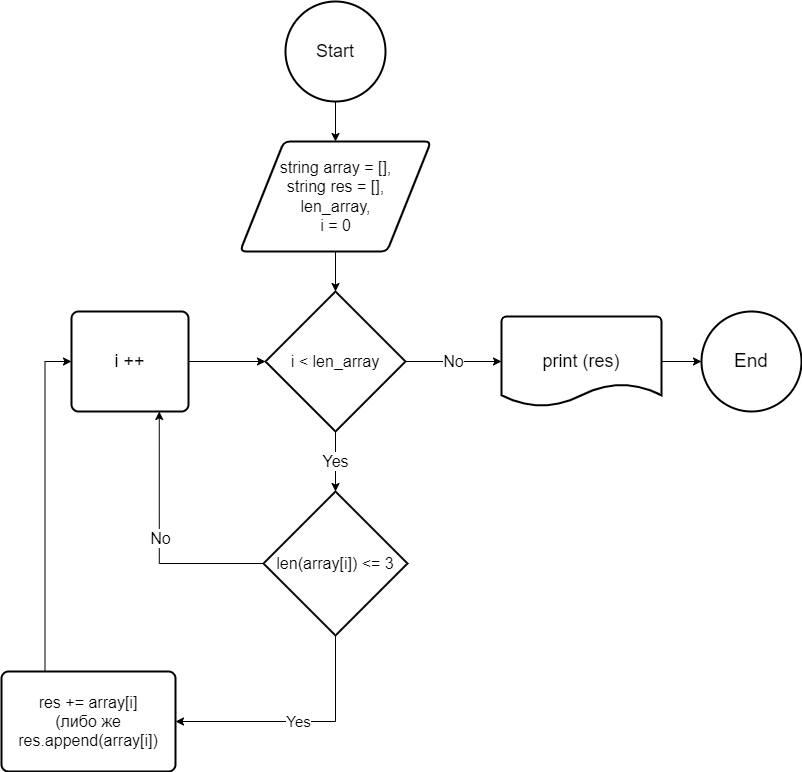
It-Makes-No-Sense/MainBlockTest keeps this draw.io diagram as Diagram.png. Above is the earlier version. Source tidied: cells renumbered, new cells last; positions are measured from the earlier drawing's top-left corner, leaving out a move shared by most shapes. Its diagram source:
```xml
<mxGraphModel>
  <root>
    <mxCell id="0" />
    <mxCell id="1" parent="0" />
    <mxCell id="2" style="edgeStyle=orthogonalEdgeStyle;rounded=0;jettySize=auto;html=1;exitX=0.5;exitY=1;exitDx=0;exitDy=0;exitPerimeter=0;entryX=0.5;entryY=0;entryDx=0;entryDy=0;" parent="1" edge="1" source="3" target="5">
      <mxGeometry relative="1" as="geometry" />
    </mxCell>
    <mxCell id="3" value="Start" style="strokeWidth=2;html=1;shape=mxgraph.flowchart.start_2;whiteSpace=wrap;fontSize=18;" parent="1" vertex="1">
      <mxGeometry x="284" width="100" height="100" as="geometry" />
    </mxCell>
    <mxCell id="4" style="edgeStyle=orthogonalEdgeStyle;rounded=0;jettySize=auto;html=1;exitX=0.5;exitY=1;exitDx=0;exitDy=0;entryX=0.5;entryY=0;entryDx=0;entryDy=0;entryPerimeter=0;" parent="1" edge="1" source="5" target="8">
      <mxGeometry relative="1" as="geometry" />
    </mxCell>
    <mxCell id="5" value="string array = [],&lt;br style=&quot;font-size: 16px;&quot;&gt;string res = [],&lt;br style=&quot;font-size: 16px;&quot;&gt;len_array,&lt;br style=&quot;font-size: 16px;&quot;&gt;i = 0" style="shape=parallelogram;html=1;strokeWidth=2;perimeter=parallelogramPerimeter;whiteSpace=wrap;rounded=1;arcSize=12;size=0.23;fontSize=16;" parent="1" vertex="1">
      <mxGeometry x="238.5" y="140" width="191" height="110" as="geometry" />
    </mxCell>
    <mxCell id="6" value="Yes" style="edgeStyle=orthogonalEdgeStyle;rounded=0;jettySize=auto;html=1;exitX=0.5;exitY=1;exitDx=0;exitDy=0;exitPerimeter=0;entryX=0.5;entryY=0;entryDx=0;entryDy=0;entryPerimeter=0;fontSize=16;" parent="1" edge="1" source="8" target="12">
      <mxGeometry relative="1" as="geometry" />
    </mxCell>
    <mxCell id="7" value="No" style="edgeStyle=orthogonalEdgeStyle;rounded=0;jettySize=auto;html=1;exitX=1;exitY=0.5;exitDx=0;exitDy=0;exitPerimeter=0;entryX=0;entryY=0.5;entryDx=0;entryDy=0;entryPerimeter=0;fontSize=16;" parent="1" edge="1" source="8" target="18">
      <mxGeometry relative="1" as="geometry" />
    </mxCell>
    <mxCell id="8" value="i &amp;lt; len_array" style="strokeWidth=2;html=1;shape=mxgraph.flowchart.decision;whiteSpace=wrap;fontSize=16;" parent="1" vertex="1">
      <mxGeometry x="264" y="290" width="140" height="140" as="geometry" />
    </mxCell>
    <mxCell id="9" style="edgeStyle=orthogonalEdgeStyle;rounded=0;jettySize=auto;html=1;exitX=0;exitY=0.5;exitDx=0;exitDy=0;exitPerimeter=0;entryX=0.75;entryY=1;entryDx=0;entryDy=0;fontSize=11;" parent="1" edge="1" source="12" target="16">
      <mxGeometry relative="1" as="geometry" />
    </mxCell>
    <mxCell id="10" value="No" style="edgeLabel;html=1;align=center;verticalAlign=middle;fontSize=16;" parent="9" vertex="1">
      <mxGeometry x="-0.13" y="-1" relative="1" as="geometry">
        <mxPoint y="-19" as="offset" />
      </mxGeometry>
    </mxCell>
    <mxCell id="11" value="Yes" style="edgeStyle=orthogonalEdgeStyle;rounded=0;jettySize=auto;html=1;exitX=0.5;exitY=1;exitDx=0;exitDy=0;exitPerimeter=0;entryX=1;entryY=0.5;entryDx=0;entryDy=0;fontSize=15;" parent="1" edge="1" source="12" target="14">
      <mxGeometry relative="1" as="geometry" />
    </mxCell>
    <mxCell id="12" value="len(array[i]) &amp;lt;= 3" style="strokeWidth=2;html=1;shape=mxgraph.flowchart.decision;whiteSpace=wrap;fontSize=16;" parent="1" vertex="1">
      <mxGeometry x="262" y="490" width="144" height="144" as="geometry" />
    </mxCell>
    <mxCell id="13" style="edgeStyle=orthogonalEdgeStyle;rounded=0;jettySize=auto;html=1;exitX=0.25;exitY=0;exitDx=0;exitDy=0;entryX=0;entryY=0.5;entryDx=0;entryDy=0;" parent="1" edge="1" source="14" target="16">
      <mxGeometry relative="1" as="geometry" />
    </mxCell>
    <mxCell id="14" value="res += array[i]&lt;br style=&quot;font-size: 16px;&quot;&gt;(либо же res.append(array[i])" style="rounded=1;whiteSpace=wrap;html=1;absoluteArcSize=1;arcSize=14;strokeWidth=2;fontSize=16;" parent="1" vertex="1">
      <mxGeometry y="670" width="174" height="100" as="geometry" />
    </mxCell>
    <mxCell id="15" style="edgeStyle=orthogonalEdgeStyle;rounded=0;jettySize=auto;html=1;exitX=1;exitY=0.5;exitDx=0;exitDy=0;entryX=0;entryY=0.5;entryDx=0;entryDy=0;entryPerimeter=0;" parent="1" edge="1" source="16" target="8">
      <mxGeometry relative="1" as="geometry" />
    </mxCell>
    <mxCell id="16" value="i ++" style="rounded=1;whiteSpace=wrap;html=1;absoluteArcSize=1;arcSize=14;strokeWidth=2;fontSize=18;" parent="1" vertex="1">
      <mxGeometry x="70" y="310" width="117" height="100" as="geometry" />
    </mxCell>
    <mxCell id="17" style="edgeStyle=orthogonalEdgeStyle;rounded=0;jettySize=auto;html=1;exitX=1;exitY=0.5;exitDx=0;exitDy=0;exitPerimeter=0;entryX=0;entryY=0.5;entryDx=0;entryDy=0;entryPerimeter=0;" parent="1" edge="1" source="18" target="19">
      <mxGeometry relative="1" as="geometry" />
    </mxCell>
    <mxCell id="18" value="print (res)" style="strokeWidth=2;html=1;shape=mxgraph.flowchart.document2;whiteSpace=wrap;size=0.25;fontSize=18;" parent="1" vertex="1">
      <mxGeometry x="500" y="315" width="160" height="90" as="geometry" />
    </mxCell>
    <mxCell id="19" value="End" style="strokeWidth=2;html=1;shape=mxgraph.flowchart.start_2;whiteSpace=wrap;fontSize=19;" parent="1" vertex="1">
      <mxGeometry x="700" y="310" width="100" height="100" as="geometry" />
    </mxCell>
  </root>
</mxGraphModel>
```
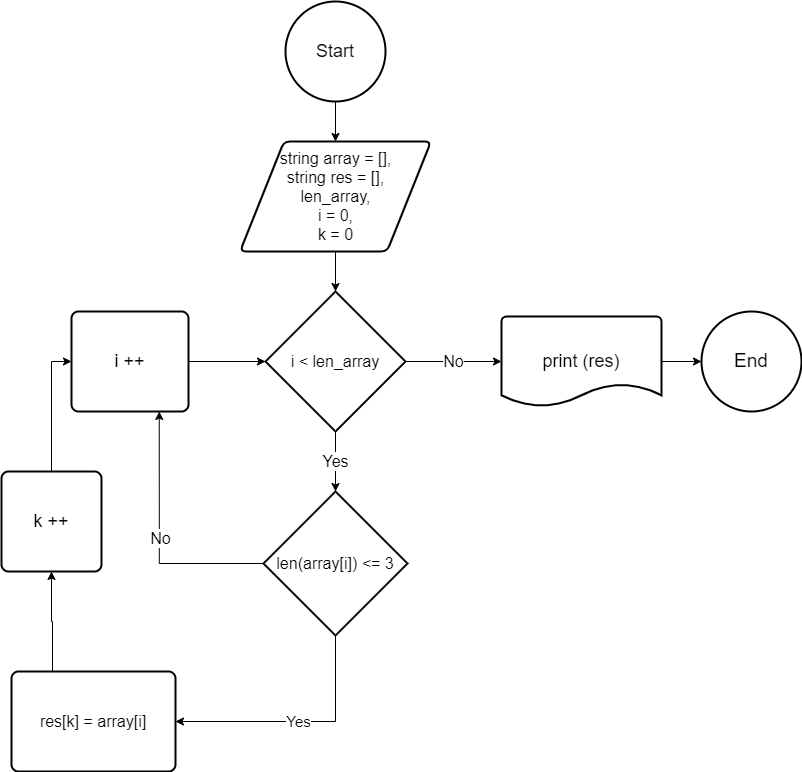
After the change.

Commit message:
Fix Diagram logic

The edit, as a diff of the source:
```diff
@@ -11,7 +11,7 @@
     <mxCell id="4" style="edgeStyle=orthogonalEdgeStyle;rounded=0;jettySize=auto;html=1;exitX=0.5;exitY=1;exitDx=0;exitDy=0;entryX=0.5;entryY=0;entryDx=0;entryDy=0;entryPerimeter=0;" parent="1" edge="1" source="5" target="8">
       <mxGeometry relative="1" as="geometry" />
     </mxCell>
-    <mxCell id="5" value="string array = [],&lt;br style=&quot;font-size: 16px;&quot;&gt;string res = [],&lt;br style=&quot;font-size: 16px;&quot;&gt;len_array,&lt;br style=&quot;font-size: 16px;&quot;&gt;i = 0" style="shape=parallelogram;html=1;strokeWidth=2;perimeter=parallelogramPerimeter;whiteSpace=wrap;rounded=1;arcSize=12;size=0.23;fontSize=16;" parent="1" vertex="1">
+    <mxCell id="5" value="string array = [],&lt;br style=&quot;font-size: 16px;&quot;&gt;string res = [],&lt;br style=&quot;font-size: 16px;&quot;&gt;len_array,&lt;br style=&quot;font-size: 16px;&quot;&gt;i = 0,&lt;br&gt;k = 0" style="shape=parallelogram;html=1;strokeWidth=2;perimeter=parallelogramPerimeter;whiteSpace=wrap;rounded=1;arcSize=12;size=0.23;fontSize=16;" parent="1" vertex="1">
       <mxGeometry x="238.5" y="140" width="191" height="110" as="geometry" />
     </mxCell>
     <mxCell id="6" value="Yes" style="edgeStyle=orthogonalEdgeStyle;rounded=0;jettySize=auto;html=1;exitX=0.5;exitY=1;exitDx=0;exitDy=0;exitPerimeter=0;entryX=0.5;entryY=0;entryDx=0;entryDy=0;entryPerimeter=0;fontSize=16;" parent="1" edge="1" source="8" target="12">
@@ -37,11 +37,11 @@
     <mxCell id="12" value="len(array[i]) &amp;lt;= 3" style="strokeWidth=2;html=1;shape=mxgraph.flowchart.decision;whiteSpace=wrap;fontSize=16;" parent="1" vertex="1">
       <mxGeometry x="262" y="490" width="144" height="144" as="geometry" />
     </mxCell>
-    <mxCell id="13" style="edgeStyle=orthogonalEdgeStyle;rounded=0;jettySize=auto;html=1;exitX=0.25;exitY=0;exitDx=0;exitDy=0;entryX=0;entryY=0.5;entryDx=0;entryDy=0;" parent="1" edge="1" source="14" target="16">
-      <mxGeometry relative="1" as="geometry" />
-    </mxCell>
+    <mxCell id="20" style="edgeStyle=orthogonalEdgeStyle;rounded=0;jettySize=auto;html=1;exitX=0.25;exitY=0;exitDx=0;exitDy=0;entryX=0.5;entryY=1;entryDx=0;entryDy=0;" parent="1" edge="1" source="14" target="22">
+      <mxGeometry relative="1" as="geometry" />
+    </mxCell>
-    <mxCell id="14" value="res += array[i]&lt;br style=&quot;font-size: 16px;&quot;&gt;(либо же res.append(array[i])" style="rounded=1;whiteSpace=wrap;html=1;absoluteArcSize=1;arcSize=14;strokeWidth=2;fontSize=16;" parent="1" vertex="1">
-      <mxGeometry y="670" width="174" height="100" as="geometry" />
+    <mxCell id="14" value="res[k] = array[i]" style="rounded=1;whiteSpace=wrap;html=1;absoluteArcSize=1;arcSize=14;strokeWidth=2;fontSize=16;" parent="1" vertex="1">
+      <mxGeometry x="10" y="670" width="164" height="100" as="geometry" />
     </mxCell>
     <mxCell id="15" style="edgeStyle=orthogonalEdgeStyle;rounded=0;jettySize=auto;html=1;exitX=1;exitY=0.5;exitDx=0;exitDy=0;entryX=0;entryY=0.5;entryDx=0;entryDy=0;entryPerimeter=0;" parent="1" edge="1" source="16" target="8">
       <mxGeometry relative="1" as="geometry" />
@@ -58,5 +58,11 @@
     <mxCell id="19" value="End" style="strokeWidth=2;html=1;shape=mxgraph.flowchart.start_2;whiteSpace=wrap;fontSize=19;" parent="1" vertex="1">
       <mxGeometry x="700" y="310" width="100" height="100" as="geometry" />
     </mxCell>
+    <mxCell id="21" style="edgeStyle=orthogonalEdgeStyle;rounded=0;jettySize=auto;html=1;exitX=0.5;exitY=0;exitDx=0;exitDy=0;entryX=0;entryY=0.5;entryDx=0;entryDy=0;" parent="1" edge="1" source="22" target="16">
+      <mxGeometry relative="1" as="geometry" />
+    </mxCell>
+    <mxCell id="22" value="k ++" style="rounded=1;whiteSpace=wrap;html=1;absoluteArcSize=1;arcSize=14;strokeWidth=2;fontSize=18;" parent="1" vertex="1">
+      <mxGeometry y="470" width="100" height="100" as="geometry" />
+    </mxCell>
   </root>
 </mxGraphModel>
```
